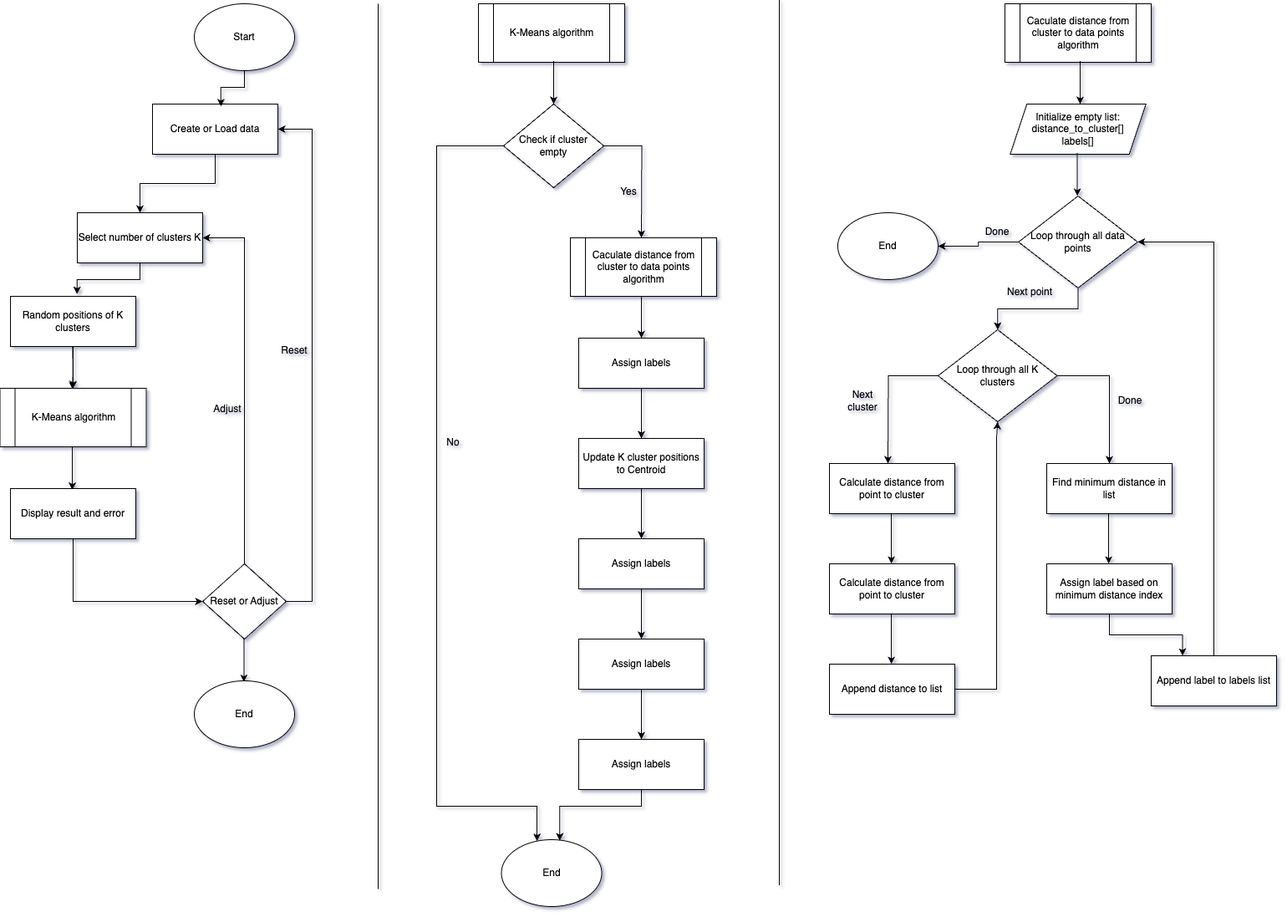
The draw.io diagram assets/K-means-clustering-flowchart.drawio.png in Thang1212/ML-Visualization, before a commit. Source tidied: cells renumbered, new cells last; positions are measured from the earlier drawing's top-left corner, leaving out a move shared by most shapes.
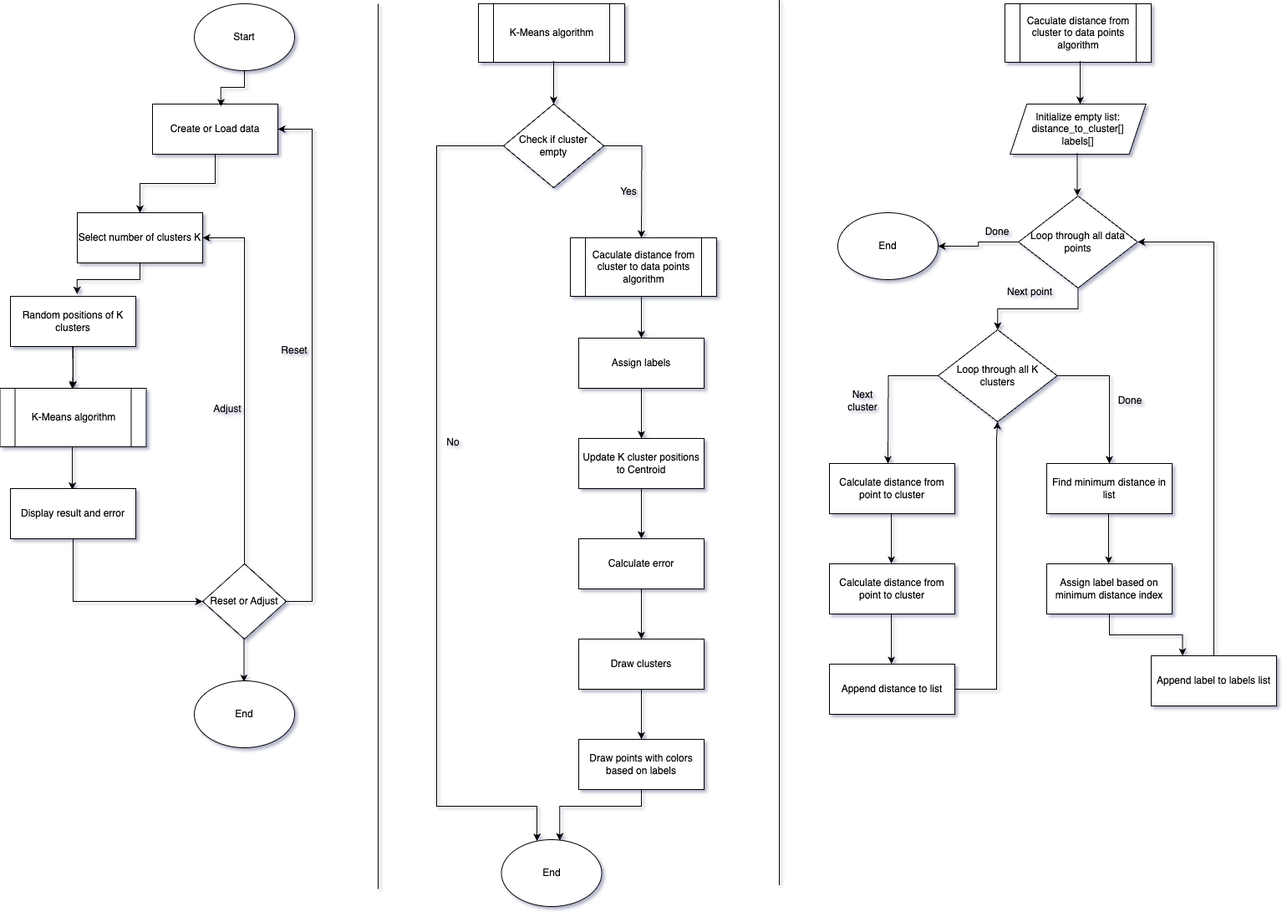
Later version of the same file.

What changed in the source:
```diff
@@ -140,7 +140,7 @@
         <mxPoint x="767" y="644" as="targetPoint" />
       </mxGeometry>
     </mxCell>
-    <mxCell id="33" value="Assign labels" style="rounded=0;whiteSpace=wrap;html=1;" parent="1" vertex="1">
+    <mxCell id="33" value="Calculate error" style="rounded=0;whiteSpace=wrap;html=1;" parent="1" vertex="1">
       <mxGeometry x="692" y="644" width="150" height="60" as="geometry" />
     </mxCell>
     <mxCell id="34" style="edgeStyle=orthogonalEdgeStyle;rounded=0;orthogonalLoop=1;jettySize=auto;html=1;" parent="1" edge="1">
@@ -149,7 +149,7 @@
         <mxPoint x="767" y="764" as="targetPoint" />
       </mxGeometry>
     </mxCell>
-    <mxCell id="35" value="Assign labels" style="rounded=0;whiteSpace=wrap;html=1;" parent="1" vertex="1">
+    <mxCell id="35" value="Draw clusters" style="rounded=0;whiteSpace=wrap;html=1;" parent="1" vertex="1">
       <mxGeometry x="692" y="764" width="150" height="60" as="geometry" />
     </mxCell>
     <mxCell id="36" style="edgeStyle=orthogonalEdgeStyle;rounded=0;orthogonalLoop=1;jettySize=auto;html=1;" parent="1" edge="1">
@@ -158,7 +158,7 @@
         <mxPoint x="767" y="884" as="targetPoint" />
       </mxGeometry>
     </mxCell>
-    <mxCell id="37" value="Assign labels" style="rounded=0;whiteSpace=wrap;html=1;" parent="1" vertex="1">
+    <mxCell id="37" value="Draw points with colors based on labels" style="rounded=0;whiteSpace=wrap;html=1;" parent="1" vertex="1">
       <mxGeometry x="692" y="884" width="150" height="60" as="geometry" />
     </mxCell>
     <mxCell id="38" value="End" style="ellipse;whiteSpace=wrap;html=1;" parent="1" vertex="1">
```
